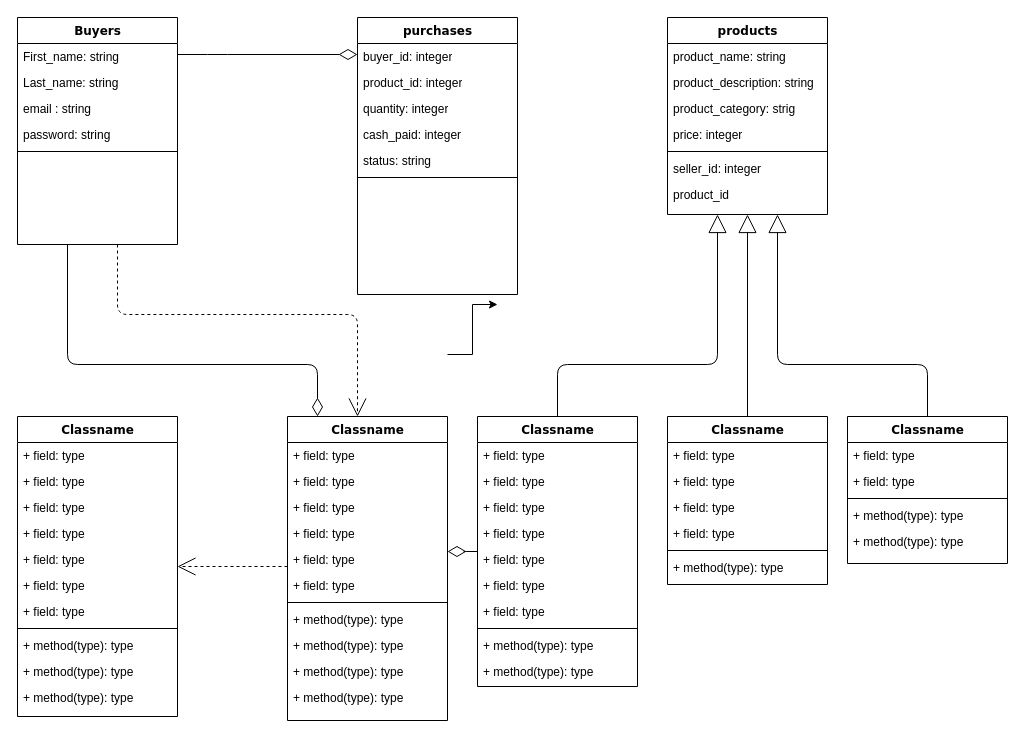
This is Untitled Diagram.drawio from EstherNjuguna/lakemart, a draw.io file, before an edit. Source tidied: cells renumbered, new cells numbered last; positions are measured from the earlier drawing's top-left corner, leaving out a move shared by most shapes. Both pictures are drawn from the tidied source at 100%, with x=0, y=0 at pixel (17, 17).
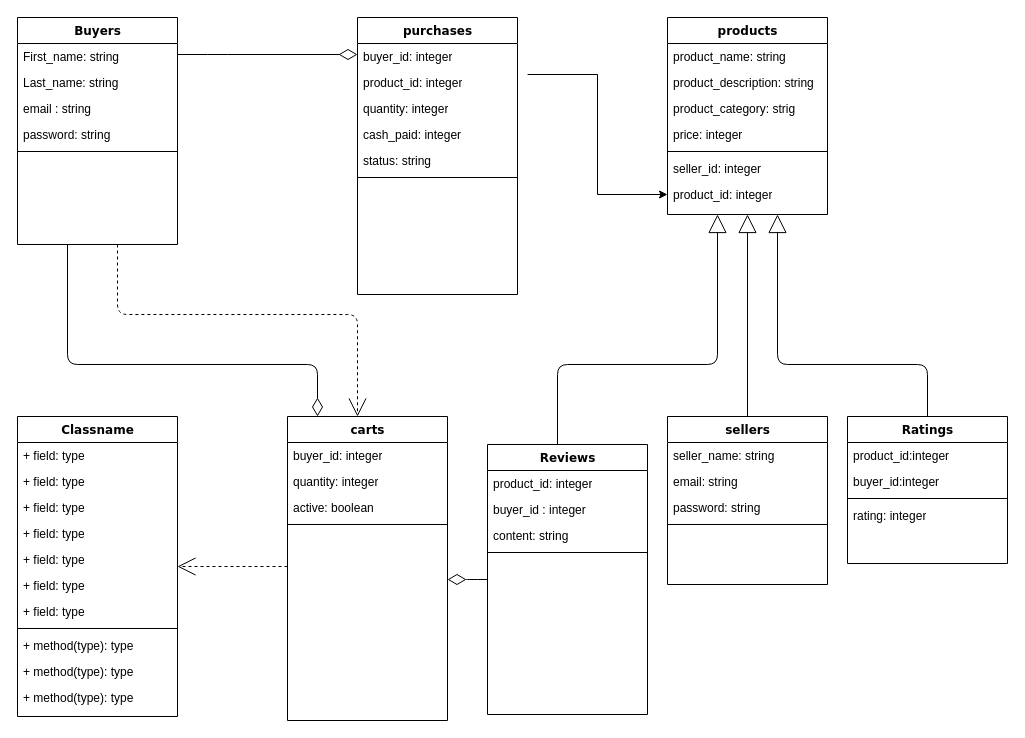
After the change.

The change refers to these unchanged cells:
```xml
<mxCell id="12" value="product_id: integer" style="text;html=1;strokeColor=none;fillColor=none;align=left;verticalAlign=top;spacingLeft=4;spacingRight=4;whiteSpace=wrap;overflow=hidden;points=[[0,0.5],[1,0.5]];portConstraint=eastwest;" parent="10" vertex="1">
  <mxGeometry y="52" width="160" height="26" as="geometry" />
</mxCell>
<mxCell id="17" value="products" style="swimlane;html=1;fontStyle=1;align=center;verticalAlign=top;horizontal=1;startSize=26;swimlaneFillColor=#ffffff;rounded=0;shadow=0;comic=0;labelBackgroundColor=none;strokeWidth=1;fillColor=none;fontFamily=Verdana;fontSize=12;" parent="1" vertex="1">
  <mxGeometry x="650" width="160" height="197" as="geometry" />
</mxCell>
```

What changed in the source:
```diff
@@
-    <mxCell id="24" value="product_id" style="text;html=1;strokeColor=none;fillColor=none;align=left;verticalAlign=top;spacingLeft=4;spacingRight=4;whiteSpace=wrap;overflow=hidden;points=[[0,0.5],[1,0.5]];portConstraint=eastwest;" parent="17" vertex="1">
+    <mxCell id="24" value="product_id: integer" style="text;html=1;strokeColor=none;fillColor=none;align=left;verticalAlign=top;spacingLeft=4;spacingRight=4;whiteSpace=wrap;overflow=hidden;points=[[0,0.5],[1,0.5]];portConstraint=eastwest;" parent="17" vertex="1">
       <mxGeometry y="164" width="160" height="26" as="geometry" />
     </mxCell>
@@
-    <mxCell id="39" value="Classname" style="swimlane;html=1;fontStyle=1;align=center;verticalAlign=top;horizontal=1;startSize=26;swimlaneFillColor=#ffffff;rounded=0;shadow=0;comic=0;labelBackgroundColor=none;strokeWidth=1;fillColor=none;fontFamily=Verdana;fontSize=12;" parent="1" vertex="1">
+    <mxCell id="39" value="carts" style="swimlane;html=1;fontStyle=1;align=center;verticalAlign=top;horizontal=1;startSize=26;swimlaneFillColor=#ffffff;rounded=0;shadow=0;comic=0;labelBackgroundColor=none;strokeWidth=1;fillColor=none;fontFamily=Verdana;fontSize=12;" parent="1" vertex="1">
       <mxGeometry x="270" y="399" width="160" height="304" as="geometry" />
     </mxCell>
-    <mxCell id="40" value="+ field: type" style="text;html=1;strokeColor=none;fillColor=none;align=left;verticalAlign=top;spacingLeft=4;spacingRight=4;whiteSpace=wrap;overflow=hidden;" parent="39" vertex="1">
+    <mxCell id="40" value="buyer_id: integer" style="text;html=1;strokeColor=none;fillColor=none;align=left;verticalAlign=top;spacingLeft=4;spacingRight=4;whiteSpace=wrap;overflow=hidden;" parent="39" vertex="1">
       <mxGeometry y="26" width="160" height="26" as="geometry" />
     </mxCell>
-    <mxCell id="41" value="+ field: type" style="text;html=1;strokeColor=none;fillColor=none;align=left;verticalAlign=top;spacingLeft=4;spacingRight=4;whiteSpace=wrap;overflow=hidden;" parent="39" vertex="1">
+    <mxCell id="41" value="quantity: integer" style="text;html=1;strokeColor=none;fillColor=none;align=left;verticalAlign=top;spacingLeft=4;spacingRight=4;whiteSpace=wrap;overflow=hidden;" parent="39" vertex="1">
       <mxGeometry y="52" width="160" height="26" as="geometry" />
     </mxCell>
-    <mxCell id="42" value="+ field: type" style="text;html=1;strokeColor=none;fillColor=none;align=left;verticalAlign=top;spacingLeft=4;spacingRight=4;whiteSpace=wrap;overflow=hidden;" parent="39" vertex="1">
+    <mxCell id="42" value="active: boolean" style="text;html=1;strokeColor=none;fillColor=none;align=left;verticalAlign=top;spacingLeft=4;spacingRight=4;whiteSpace=wrap;overflow=hidden;" parent="39" vertex="1">
       <mxGeometry y="78" width="160" height="26" as="geometry" />
     </mxCell>
-    <mxCell id="43" value="+ field: type" style="text;html=1;strokeColor=none;fillColor=none;align=left;verticalAlign=top;spacingLeft=4;spacingRight=4;whiteSpace=wrap;overflow=hidden;" parent="39" vertex="1">
-      <mxGeometry y="104" width="160" height="26" as="geometry" />
-    </mxCell>
-    <mxCell id="44" value="+ field: type" style="text;html=1;strokeColor=none;fillColor=none;align=left;verticalAlign=top;spacingLeft=4;spacingRight=4;whiteSpace=wrap;overflow=hidden;" parent="39" vertex="1">
-      <mxGeometry y="130" width="160" height="26" as="geometry" />
-    </mxCell>
-    <mxCell id="45" value="+ field: type" style="text;html=1;strokeColor=none;fillColor=none;align=left;verticalAlign=top;spacingLeft=4;spacingRight=4;whiteSpace=wrap;overflow=hidden;" parent="39" vertex="1">
-      <mxGeometry y="156" width="160" height="26" as="geometry" />
-    </mxCell>
     <mxCell id="46" style="line;html=1;strokeWidth=1;fillColor=none;align=left;verticalAlign=middle;spacingTop=-1;spacingLeft=3;spacingRight=3;labelPosition=right;" parent="39" vertex="1">
-      <mxGeometry y="182" width="160" height="8" as="geometry" />
+      <mxGeometry y="104" width="160" height="8" as="geometry" />
     </mxCell>
-    <mxCell id="47" value="+ method(type): type" style="text;html=1;strokeColor=none;fillColor=none;align=left;verticalAlign=top;spacingLeft=4;spacingRight=4;whiteSpace=wrap;overflow=hidden;" parent="39" vertex="1">
-      <mxGeometry y="190" width="160" height="26" as="geometry" />
-    </mxCell>
-    <mxCell id="48" value="+ method(type): type" style="text;html=1;strokeColor=none;fillColor=none;align=left;verticalAlign=top;spacingLeft=4;spacingRight=4;whiteSpace=wrap;overflow=hidden;" parent="39" vertex="1">
-      <mxGeometry y="216" width="160" height="26" as="geometry" />
-    </mxCell>
-    <mxCell id="49" value="+ method(type): type" style="text;html=1;strokeColor=none;fillColor=none;align=left;verticalAlign=top;spacingLeft=4;spacingRight=4;whiteSpace=wrap;overflow=hidden;" parent="39" vertex="1">
-      <mxGeometry y="242" width="160" height="26" as="geometry" />
-    </mxCell>
-    <mxCell id="50" value="+ method(type): type" style="text;html=1;strokeColor=none;fillColor=none;align=left;verticalAlign=top;spacingLeft=4;spacingRight=4;whiteSpace=wrap;overflow=hidden;" parent="39" vertex="1">
-      <mxGeometry y="268" width="160" height="26" as="geometry" />
-    </mxCell>
@@
-    <mxCell id="52" value="Classname" style="swimlane;html=1;fontStyle=1;align=center;verticalAlign=top;horizontal=1;startSize=26;swimlaneFillColor=#ffffff;rounded=0;shadow=0;comic=0;labelBackgroundColor=none;strokeWidth=1;fillColor=none;fontFamily=Verdana;fontSize=12;" parent="1" vertex="1">
-      <mxGeometry x="460" y="399" width="160" height="270" as="geometry" />
+    <mxCell id="52" value="Reviews" style="swimlane;html=1;fontStyle=1;align=center;verticalAlign=top;horizontal=1;startSize=26;swimlaneFillColor=#ffffff;rounded=0;shadow=0;comic=0;labelBackgroundColor=none;strokeWidth=1;fillColor=none;fontFamily=Verdana;fontSize=12;" parent="1" vertex="1">
+      <mxGeometry x="470" y="427" width="160" height="270" as="geometry" />
     </mxCell>
-    <mxCell id="53" value="+ field: type" style="text;html=1;strokeColor=none;fillColor=none;align=left;verticalAlign=top;spacingLeft=4;spacingRight=4;whiteSpace=wrap;overflow=hidden;" parent="52" vertex="1">
+    <mxCell id="53" value="product_id: integer" style="text;html=1;strokeColor=none;fillColor=none;align=left;verticalAlign=top;spacingLeft=4;spacingRight=4;whiteSpace=wrap;overflow=hidden;" parent="52" vertex="1">
       <mxGeometry y="26" width="160" height="26" as="geometry" />
     </mxCell>
-    <mxCell id="54" value="+ field: type" style="text;html=1;strokeColor=none;fillColor=none;align=left;verticalAlign=top;spacingLeft=4;spacingRight=4;whiteSpace=wrap;overflow=hidden;" parent="52" vertex="1">
+    <mxCell id="54" value="buyer_id : integer" style="text;html=1;strokeColor=none;fillColor=none;align=left;verticalAlign=top;spacingLeft=4;spacingRight=4;whiteSpace=wrap;overflow=hidden;" parent="52" vertex="1">
       <mxGeometry y="52" width="160" height="26" as="geometry" />
     </mxCell>
-    <mxCell id="55" value="+ field: type" style="text;html=1;strokeColor=none;fillColor=none;align=left;verticalAlign=top;spacingLeft=4;spacingRight=4;whiteSpace=wrap;overflow=hidden;" parent="52" vertex="1">
+    <mxCell id="55" value="content: string" style="text;html=1;strokeColor=none;fillColor=none;align=left;verticalAlign=top;spacingLeft=4;spacingRight=4;whiteSpace=wrap;overflow=hidden;" parent="52" vertex="1">
       <mxGeometry y="78" width="160" height="26" as="geometry" />
     </mxCell>
-    <mxCell id="56" value="+ field: type" style="text;html=1;strokeColor=none;fillColor=none;align=left;verticalAlign=top;spacingLeft=4;spacingRight=4;whiteSpace=wrap;overflow=hidden;" parent="52" vertex="1">
-      <mxGeometry y="104" width="160" height="26" as="geometry" />
-    </mxCell>
-    <mxCell id="57" value="+ field: type" style="text;html=1;strokeColor=none;fillColor=none;align=left;verticalAlign=top;spacingLeft=4;spacingRight=4;whiteSpace=wrap;overflow=hidden;" parent="52" vertex="1">
-      <mxGeometry y="130" width="160" height="26" as="geometry" />
-    </mxCell>
-    <mxCell id="58" value="+ field: type" style="text;html=1;strokeColor=none;fillColor=none;align=left;verticalAlign=top;spacingLeft=4;spacingRight=4;whiteSpace=wrap;overflow=hidden;" parent="52" vertex="1">
-      <mxGeometry y="156" width="160" height="26" as="geometry" />
-    </mxCell>
-    <mxCell id="59" value="+ field: type" style="text;html=1;strokeColor=none;fillColor=none;align=left;verticalAlign=top;spacingLeft=4;spacingRight=4;whiteSpace=wrap;overflow=hidden;" parent="52" vertex="1">
-      <mxGeometry y="182" width="160" height="26" as="geometry" />
-    </mxCell>
     <mxCell id="60" style="line;html=1;strokeWidth=1;fillColor=none;align=left;verticalAlign=middle;spacingTop=-1;spacingLeft=3;spacingRight=3;labelPosition=right;" parent="52" vertex="1">
-      <mxGeometry y="208" width="160" height="8" as="geometry" />
+      <mxGeometry y="104" width="160" height="8" as="geometry" />
     </mxCell>
-    <mxCell id="61" value="+ method(type): type" style="text;html=1;strokeColor=none;fillColor=none;align=left;verticalAlign=top;spacingLeft=4;spacingRight=4;whiteSpace=wrap;overflow=hidden;" parent="52" vertex="1">
-      <mxGeometry y="216" width="160" height="26" as="geometry" />
-    </mxCell>
-    <mxCell id="62" value="+ method(type): type" style="text;html=1;strokeColor=none;fillColor=none;align=left;verticalAlign=top;spacingLeft=4;spacingRight=4;whiteSpace=wrap;overflow=hidden;" parent="52" vertex="1">
-      <mxGeometry y="242" width="160" height="26" as="geometry" />
-    </mxCell>
@@
-    <mxCell id="64" value="Classname" style="swimlane;html=1;fontStyle=1;align=center;verticalAlign=top;horizontal=1;startSize=26;swimlaneFillColor=#ffffff;rounded=0;shadow=0;comic=0;labelBackgroundColor=none;strokeWidth=1;fillColor=none;fontFamily=Verdana;fontSize=12;" parent="1" vertex="1">
+    <mxCell id="64" value="sellers" style="swimlane;html=1;fontStyle=1;align=center;verticalAlign=top;horizontal=1;startSize=26;swimlaneFillColor=#ffffff;rounded=0;shadow=0;comic=0;labelBackgroundColor=none;strokeWidth=1;fillColor=none;fontFamily=Verdana;fontSize=12;" parent="1" vertex="1">
       <mxGeometry x="650" y="399" width="160" height="168" as="geometry" />
     </mxCell>
-    <mxCell id="65" value="+ field: type" style="text;html=1;strokeColor=none;fillColor=none;align=left;verticalAlign=top;spacingLeft=4;spacingRight=4;whiteSpace=wrap;overflow=hidden;" parent="64" vertex="1">
+    <mxCell id="65" value="seller_name: string" style="text;html=1;strokeColor=none;fillColor=none;align=left;verticalAlign=top;spacingLeft=4;spacingRight=4;whiteSpace=wrap;overflow=hidden;" parent="64" vertex="1">
       <mxGeometry y="26" width="160" height="26" as="geometry" />
     </mxCell>
-    <mxCell id="66" value="+ field: type" style="text;html=1;strokeColor=none;fillColor=none;align=left;verticalAlign=top;spacingLeft=4;spacingRight=4;whiteSpace=wrap;overflow=hidden;" parent="64" vertex="1">
+    <mxCell id="66" value="email: string" style="text;html=1;strokeColor=none;fillColor=none;align=left;verticalAlign=top;spacingLeft=4;spacingRight=4;whiteSpace=wrap;overflow=hidden;" parent="64" vertex="1">
       <mxGeometry y="52" width="160" height="26" as="geometry" />
     </mxCell>
-    <mxCell id="67" value="+ field: type" style="text;html=1;strokeColor=none;fillColor=none;align=left;verticalAlign=top;spacingLeft=4;spacingRight=4;whiteSpace=wrap;overflow=hidden;" parent="64" vertex="1">
+    <mxCell id="67" value="password: string" style="text;html=1;strokeColor=none;fillColor=none;align=left;verticalAlign=top;spacingLeft=4;spacingRight=4;whiteSpace=wrap;overflow=hidden;" parent="64" vertex="1">
       <mxGeometry y="78" width="160" height="26" as="geometry" />
     </mxCell>
-    <mxCell id="68" value="+ field: type" style="text;html=1;strokeColor=none;fillColor=none;align=left;verticalAlign=top;spacingLeft=4;spacingRight=4;whiteSpace=wrap;overflow=hidden;" parent="64" vertex="1">
-      <mxGeometry y="104" width="160" height="26" as="geometry" />
-    </mxCell>
     <mxCell id="69" style="line;html=1;strokeWidth=1;fillColor=none;align=left;verticalAlign=middle;spacingTop=-1;spacingLeft=3;spacingRight=3;labelPosition=right;" parent="64" vertex="1">
-      <mxGeometry y="130" width="160" height="8" as="geometry" />
+      <mxGeometry y="104" width="160" height="8" as="geometry" />
     </mxCell>
-    <mxCell id="70" value="+ method(type): type" style="text;html=1;strokeColor=none;fillColor=none;align=left;verticalAlign=top;spacingLeft=4;spacingRight=4;whiteSpace=wrap;overflow=hidden;" parent="64" vertex="1">
-      <mxGeometry y="138" width="160" height="26" as="geometry" />
-    </mxCell>
@@
-    <mxCell id="72" value="Classname" style="swimlane;html=1;fontStyle=1;align=center;verticalAlign=top;horizontal=1;startSize=26;swimlaneFillColor=#ffffff;rounded=0;shadow=0;comic=0;labelBackgroundColor=none;strokeWidth=1;fillColor=none;fontFamily=Verdana;fontSize=12;" parent="1" vertex="1">
+    <mxCell id="72" value="Ratings" style="swimlane;html=1;fontStyle=1;align=center;verticalAlign=top;horizontal=1;startSize=26;swimlaneFillColor=#ffffff;rounded=0;shadow=0;comic=0;labelBackgroundColor=none;strokeWidth=1;fillColor=none;fontFamily=Verdana;fontSize=12;" parent="1" vertex="1">
       <mxGeometry x="830" y="399" width="160" height="147" as="geometry" />
     </mxCell>
-    <mxCell id="73" value="+ field: type" style="text;html=1;strokeColor=none;fillColor=none;align=left;verticalAlign=top;spacingLeft=4;spacingRight=4;whiteSpace=wrap;overflow=hidden;" parent="72" vertex="1">
+    <mxCell id="73" value="product_id:integer" style="text;html=1;strokeColor=none;fillColor=none;align=left;verticalAlign=top;spacingLeft=4;spacingRight=4;whiteSpace=wrap;overflow=hidden;" parent="72" vertex="1">
       <mxGeometry y="26" width="160" height="26" as="geometry" />
     </mxCell>
-    <mxCell id="74" value="+ field: type" style="text;html=1;strokeColor=none;fillColor=none;align=left;verticalAlign=top;spacingLeft=4;spacingRight=4;whiteSpace=wrap;overflow=hidden;" parent="72" vertex="1">
+    <mxCell id="74" value="buyer_id:integer" style="text;html=1;strokeColor=none;fillColor=none;align=left;verticalAlign=top;spacingLeft=4;spacingRight=4;whiteSpace=wrap;overflow=hidden;" parent="72" vertex="1">
       <mxGeometry y="52" width="160" height="26" as="geometry" />
     </mxCell>
@@
-    <mxCell id="76" value="+ method(type): type" style="text;html=1;strokeColor=none;fillColor=none;align=left;verticalAlign=top;spacingLeft=4;spacingRight=4;whiteSpace=wrap;overflow=hidden;" parent="72" vertex="1">
+    <mxCell id="76" value="rating: integer" style="text;html=1;strokeColor=none;fillColor=none;align=left;verticalAlign=top;spacingLeft=4;spacingRight=4;whiteSpace=wrap;overflow=hidden;" parent="72" vertex="1">
       <mxGeometry y="86" width="160" height="26" as="geometry" />
     </mxCell>
-    <mxCell id="77" value="+ method(type): type" style="text;html=1;strokeColor=none;fillColor=none;align=left;verticalAlign=top;spacingLeft=4;spacingRight=4;whiteSpace=wrap;overflow=hidden;" parent="72" vertex="1">
-      <mxGeometry y="112" width="160" height="26" as="geometry" />
-    </mxCell>
@@
-    <mxCell id="79" style="edgeStyle=elbowEdgeStyle;elbow=horizontal;endArrow=classic;html=1;rounded=0;" parent="1" edge="1">
-      <mxGeometry relative="1" as="geometry">
-        <mxPoint x="430" y="337" as="sourcePoint" />
-        <mxPoint x="480" y="287" as="targetPoint" />
-      </mxGeometry>
+    <mxCell id="79" style="edgeStyle=elbowEdgeStyle;elbow=horizontal;endArrow=classic;html=1;rounded=0;exitX=1.063;exitY=0.192;exitDx=0;exitDy=0;exitPerimeter=0;" parent="1" edge="1" source="12" target="24">
+      <mxGeometry relative="1" as="geometry" />
     </mxCell>
```
